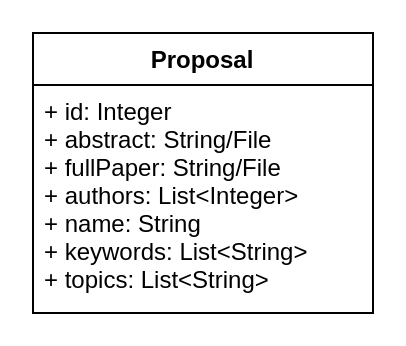
Earlier version of the draw.io diagram Documentation/Diagrams/Class/ProposalClass.drawio (raresica1234/ATAR-SE). Source tidied: cells renumbered, new cells numbered last; positions are measured from the earlier drawing's top-left corner, leaving out a move shared by most shapes. Both pictures are drawn from the tidied source at 200%, with x=0, y=0 at pixel (32, 32).
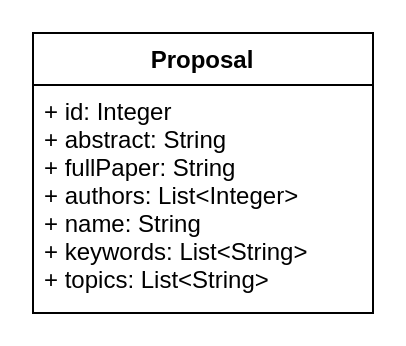
The same page after the edit.

Commit message:
edited abstract and full paper type

The edit, as a diff of the source:
```diff
@@
 <mxGraphModel background="#ffffff">
   <root>
     <mxCell id="0" />
     <mxCell id="1" parent="0" />
     <mxCell id="2" value="Proposal" style="swimlane;fontStyle=1;align=center;verticalAlign=top;horizontal=1;startSize=26;" parent="1" vertex="1">
       <mxGeometry width="170" height="140" as="geometry" />
     </mxCell>
-    <mxCell id="3" value="+ id: Integer&#10;+ abstract: String/File&#10;+ fullPaper: String/File&#10;+ authors: List&lt;Integer&gt; &#10;+ name: String&#10;+ keywords: List&lt;String&gt;&#10;+ topics: List&lt;String&gt;" style="text;strokeColor=none;fillColor=none;align=left;verticalAlign=top;spacingLeft=4;spacingRight=4;overflow=hidden;" parent="2" vertex="1">
+    <mxCell id="3" value="+ id: Integer&#10;+ abstract: String&#10;+ fullPaper: String&#10;+ authors: List&lt;Integer&gt; &#10;+ name: String&#10;+ keywords: List&lt;String&gt;&#10;+ topics: List&lt;String&gt;" style="text;strokeColor=none;fillColor=none;align=left;verticalAlign=top;spacingLeft=4;spacingRight=4;overflow=hidden;" parent="2" vertex="1">
       <mxGeometry y="26" width="170" height="114" as="geometry" />
     </mxCell>
   </root>
 </mxGraphModel>
```
